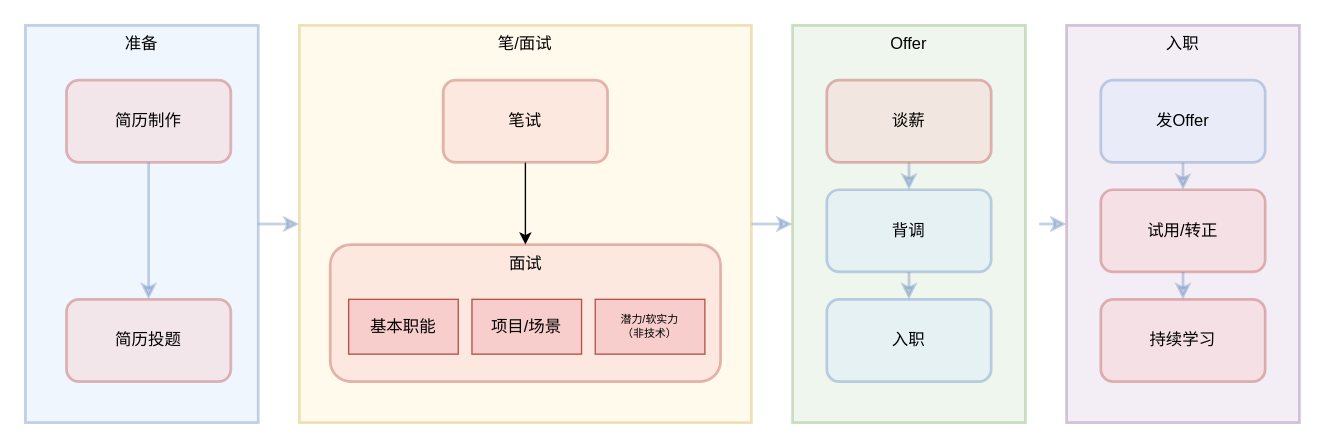
Above: assets/offer.drawio in Meet-student/Meet-student (draw.io), before the change. Source tidied: cells renumbered, new cells numbered last; positions are measured from the earlier drawing's top-left corner, leaving out a move shared by most shapes. Both pictures are drawn from the tidied source at 137%, with x=0, y=0 at pixel (25, 25).
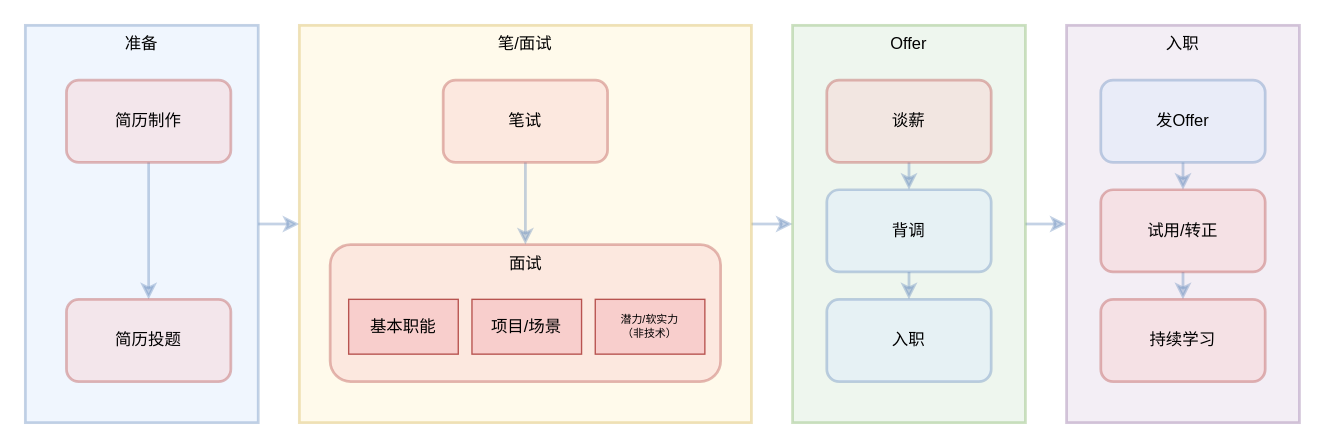
The same page after the edit.

Unchanged cells that the change refers to:
```xml
<mxCell id="10" value="Offer" style="rounded=0;whiteSpace=wrap;html=1;verticalAlign=top;fillColor=#d5e8d4;strokeColor=#82b366;opacity=40;strokeWidth=2;shadow=0;" parent="1" vertex="1">
  <mxGeometry x="560" width="170" height="290" as="geometry" />
</mxCell>
<mxCell id="16" value="入职" style="rounded=0;whiteSpace=wrap;html=1;verticalAlign=top;fillColor=#e1d5e7;strokeColor=#9673a6;opacity=40;strokeWidth=2;shadow=0;" parent="1" vertex="1">
  <mxGeometry x="760" width="170" height="290" as="geometry" />
</mxCell>
<mxCell id="22" value="面试" style="rounded=1;whiteSpace=wrap;html=1;fillColor=#f8cecc;strokeColor=#b85450;opacity=40;strokeWidth=2;shadow=0;verticalAlign=top;" parent="1" vertex="1">
  <mxGeometry x="222.5" y="160" width="285" height="100" as="geometry" />
</mxCell>
<mxCell id="24" value="笔试" style="rounded=1;whiteSpace=wrap;html=1;fillColor=#f8cecc;strokeColor=#b85450;opacity=40;strokeWidth=2;shadow=0;" parent="1" vertex="1">
  <mxGeometry x="305" y="40" width="120" height="60" as="geometry" />
</mxCell>
```

Change to the diagram source:
```diff
@@
-    <mxCell id="9" style="edgeStyle=none;html=1;fillColor=#dae8fc;strokeColor=#6c8ebf;opacity=40;strokeWidth=2;shadow=0;" parent="1" edge="1" target="16">
-      <mxGeometry relative="1" as="geometry">
-        <mxPoint x="740" y="145" as="sourcePoint" />
-      </mxGeometry>
+    <mxCell id="9" style="edgeStyle=none;html=1;fillColor=#dae8fc;strokeColor=#6c8ebf;opacity=40;strokeWidth=2;shadow=0;exitX=1;exitY=0.5;exitDx=0;exitDy=0;" parent="1" edge="1" source="10" target="16">
+      <mxGeometry relative="1" as="geometry" />
     </mxCell>
@@
-    <mxCell id="23" style="edgeStyle=none;html=1;" parent="1" edge="1" source="24" target="22">
+    <mxCell id="23" style="edgeStyle=none;html=1;strokeWidth=2;strokeColor=#6C8EBF;opacity=40;" parent="1" edge="1" source="24" target="22">
       <mxGeometry relative="1" as="geometry" />
     </mxCell>
```
